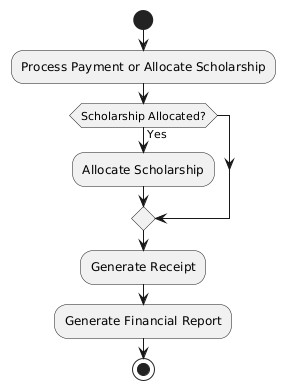
The PlantUML diagram Diagrams/Activity Diagram/Activity Diagram 2.png in krisaldamihali/DOS-MS, before a commit.
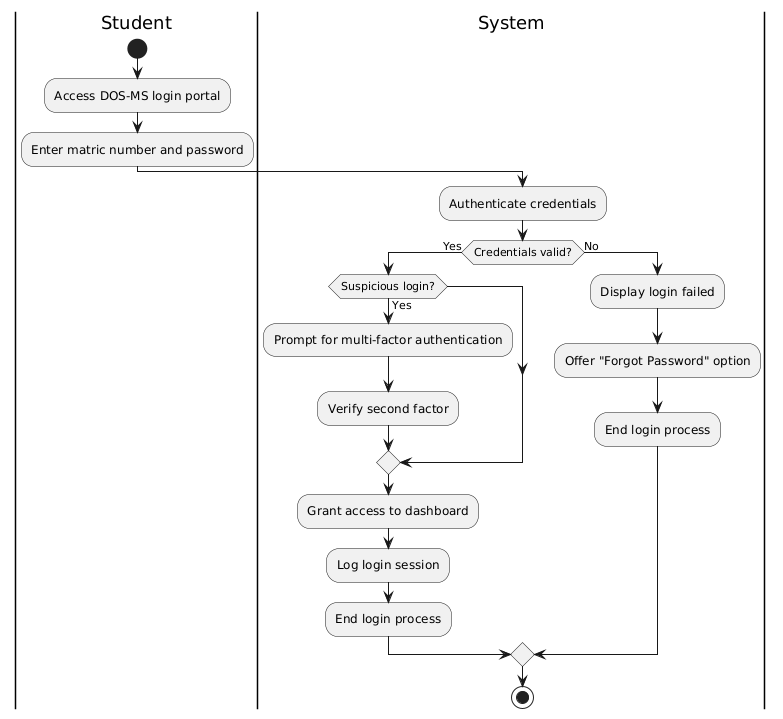
After the change.

The edit, as a diff of the source:
```diff
@@ -1,11 +1,24 @@
 @startuml
-|Finance Department|
+|Student|
 start
-:Process Payment or Allocate Scholarship;
-if (Scholarship Allocated?) then (Yes)
-  :Allocate Scholarship;
+:Access DOS-MS login portal;
+:Enter matric number and password;
+
+|System|
+:Authenticate credentials;
+if (Credentials valid?) then (Yes)
+  if (Suspicious login?) then (Yes)
+    :Prompt for multi-factor authentication;
+    :Verify second factor;
+  endif
+  :Grant access to dashboard;
+  :Log login session;
+  :End login process;
+else (No)
+  :Display login failed;
+  :Offer "Forgot Password" option;
+  :End login process;
 endif
-:Generate Receipt;
-:Generate Financial Report;
+
 stop
 @enduml
```
